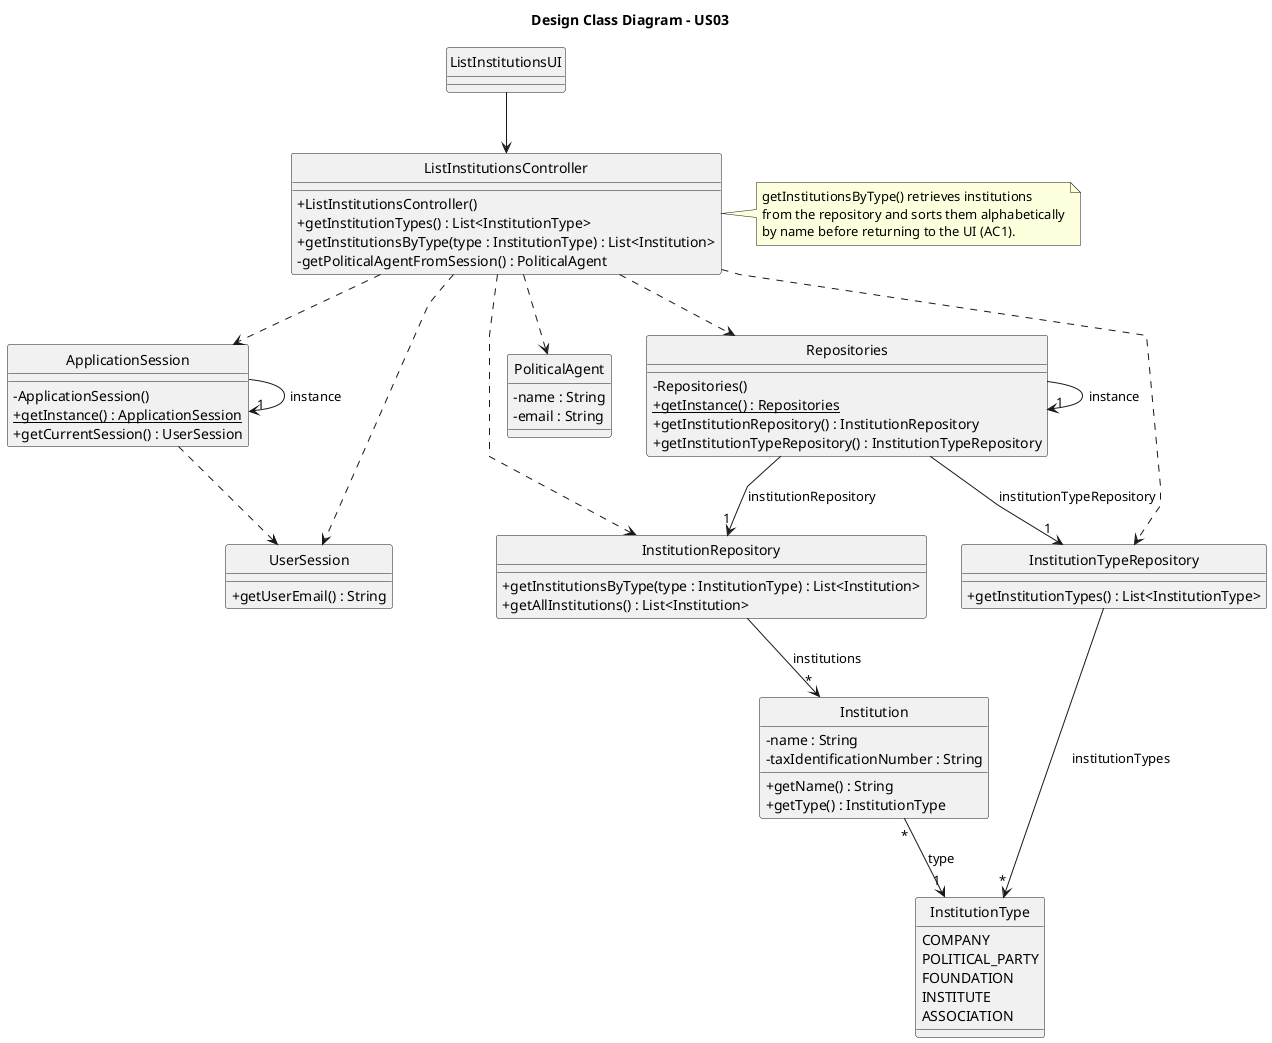
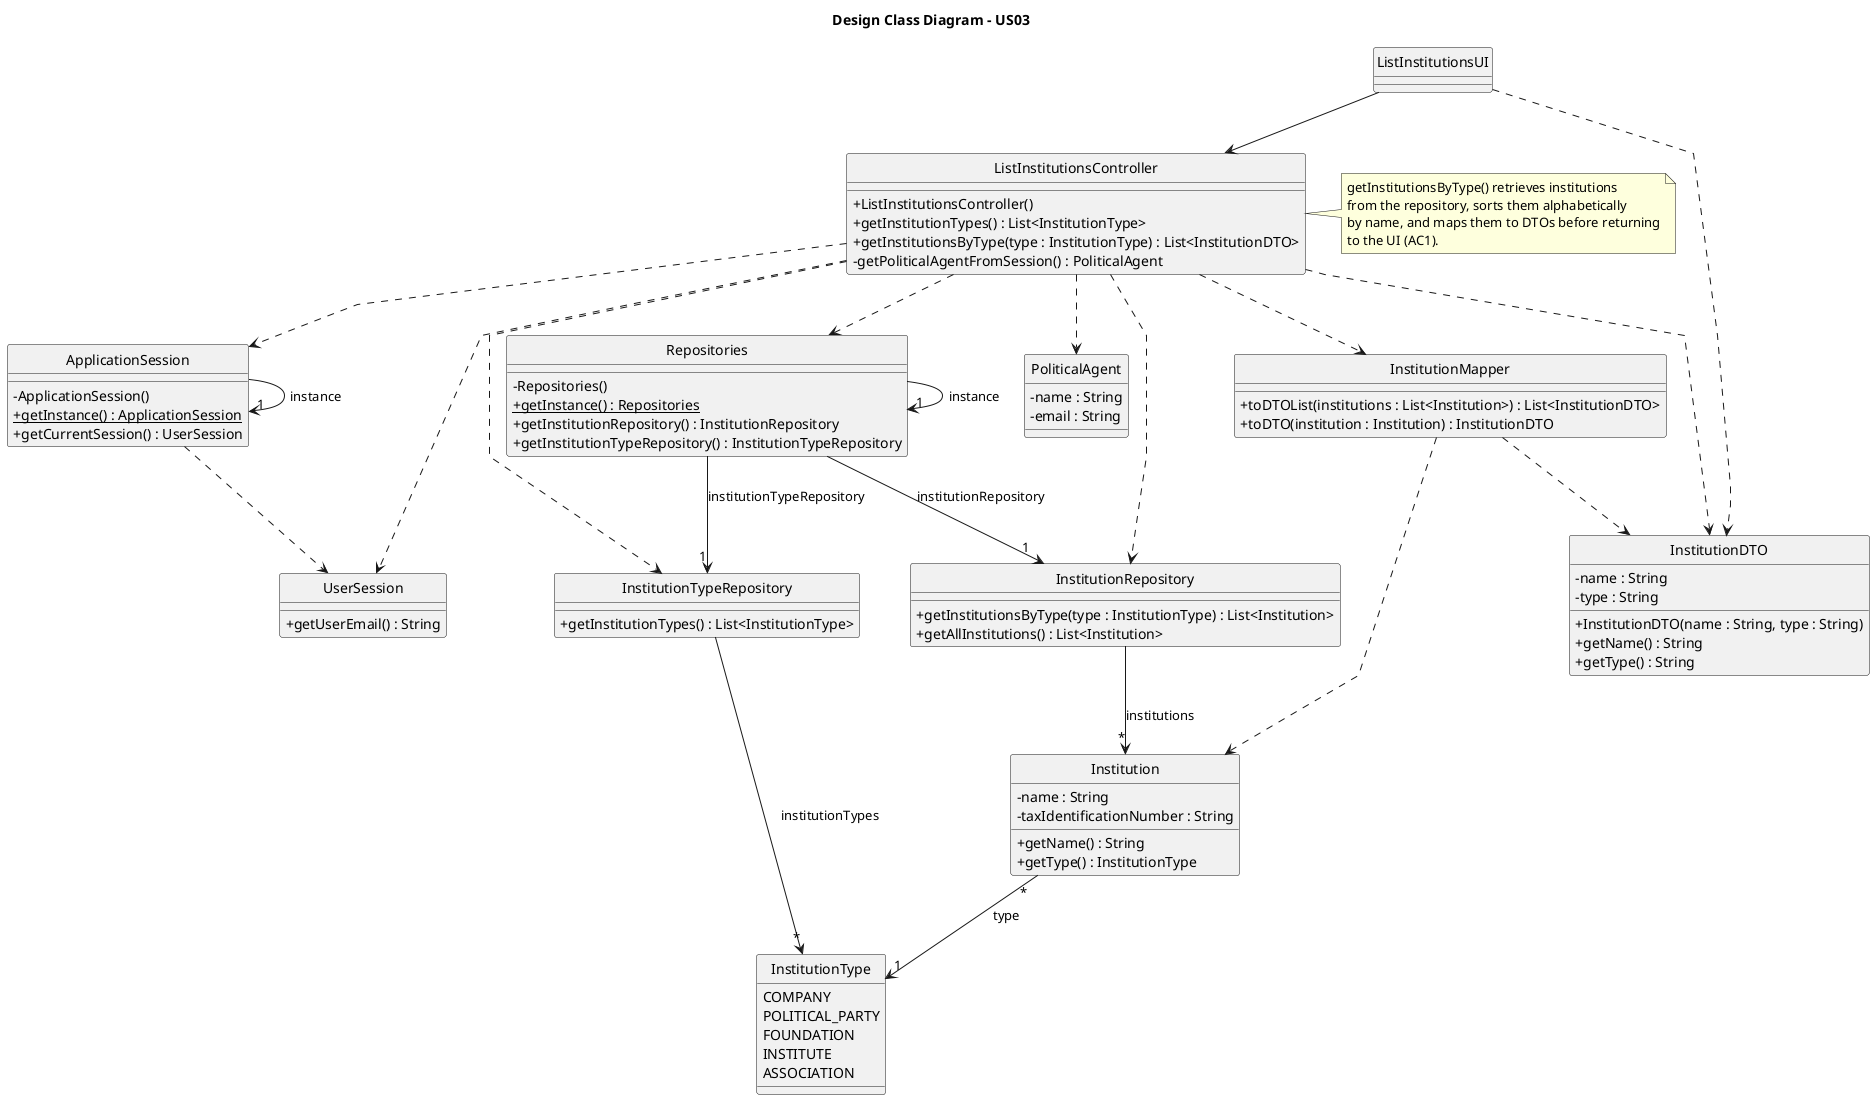
@startuml
'skinparam monochrome true
skinparam packageStyle rectangle
skinparam shadowing false
skinparam linetype polyline
'skinparam linetype orto

skinparam classAttributeIconSize 0

title Design Class Diagram - US03

hide circle

'========================
' Session Layer
'========================

class ApplicationSession {
    - ApplicationSession()
    + {static} getInstance() : ApplicationSession
    + getCurrentSession() : UserSession
}

class UserSession {
    + getUserEmail() : String
}

ApplicationSession -> "1" ApplicationSession : instance
ApplicationSession ..> UserSession

'========================
' Domain Layer
'========================

enum InstitutionType {
    COMPANY
    POLITICAL_PARTY
    FOUNDATION
    INSTITUTE
    ASSOCIATION
}

class Institution {
    - name : String
    - taxIdentificationNumber : String
    + getName() : String
    + getType() : InstitutionType
}

class PoliticalAgent {
    - name : String
    - email : String
}

Institution "*" --> "1" InstitutionType : type

'========================
' Repository Layer
'========================

class InstitutionRepository {
    + getInstitutionsByType(type : InstitutionType) : List<Institution>
    + getAllInstitutions() : List<Institution>
}

class InstitutionTypeRepository {
    + getInstitutionTypes() : List<InstitutionType>
}

class Repositories {
    - Repositories()
    + {static} getInstance() : Repositories
    + getInstitutionRepository() : InstitutionRepository
    + getInstitutionTypeRepository() : InstitutionTypeRepository
}

Repositories -> "1" Repositories : instance
Repositories --> "1" InstitutionRepository : institutionRepository
Repositories --> "1" InstitutionTypeRepository : institutionTypeRepository

InstitutionRepository --> "*" Institution : institutions
InstitutionTypeRepository --> "*" InstitutionType : institutionTypes

'========================
' Controller
'========================

class ListInstitutionsController {
    + ListInstitutionsController()
    + getInstitutionTypes() : List<InstitutionType>
-     + getInstitutionsByType(type : InstitutionType) : List<Institution>
+     + getInstitutionsByType(type : InstitutionType) : List<InstitutionDTO>
    - getPoliticalAgentFromSession() : PoliticalAgent
+ }
+ 
+ class InstitutionDTO {
+     - name : String
+     - type : String
+     + InstitutionDTO(name : String, type : String)
+     + getName() : String
+     + getType() : String
+ }
+ 
+ class InstitutionMapper {
+     + toDTOList(institutions : List<Institution>) : List<InstitutionDTO>
+     + toDTO(institution : Institution) : InstitutionDTO
}

note right of ListInstitutionsController
    getInstitutionsByType() retrieves institutions
-     from the repository and sorts them alphabetically
-     by name before returning to the UI (AC1).
+     from the repository, sorts them alphabetically
+     by name, and maps them to DTOs before returning
+     to the UI (AC1).
end note

ListInstitutionsController ..> Repositories
ListInstitutionsController ..> InstitutionRepository
ListInstitutionsController ..> InstitutionTypeRepository
ListInstitutionsController ..> PoliticalAgent
ListInstitutionsController ..> ApplicationSession
ListInstitutionsController ..> UserSession
+ ListInstitutionsController ..> InstitutionMapper
+ ListInstitutionsController ..> InstitutionDTO
+ 
+ InstitutionMapper ..> Institution
+ InstitutionMapper ..> InstitutionDTO

'========================
' UI Layer
'========================

class ListInstitutionsUI {
}

ListInstitutionsUI --> ListInstitutionsController
+ ListInstitutionsUI ..> InstitutionDTO

@enduml
